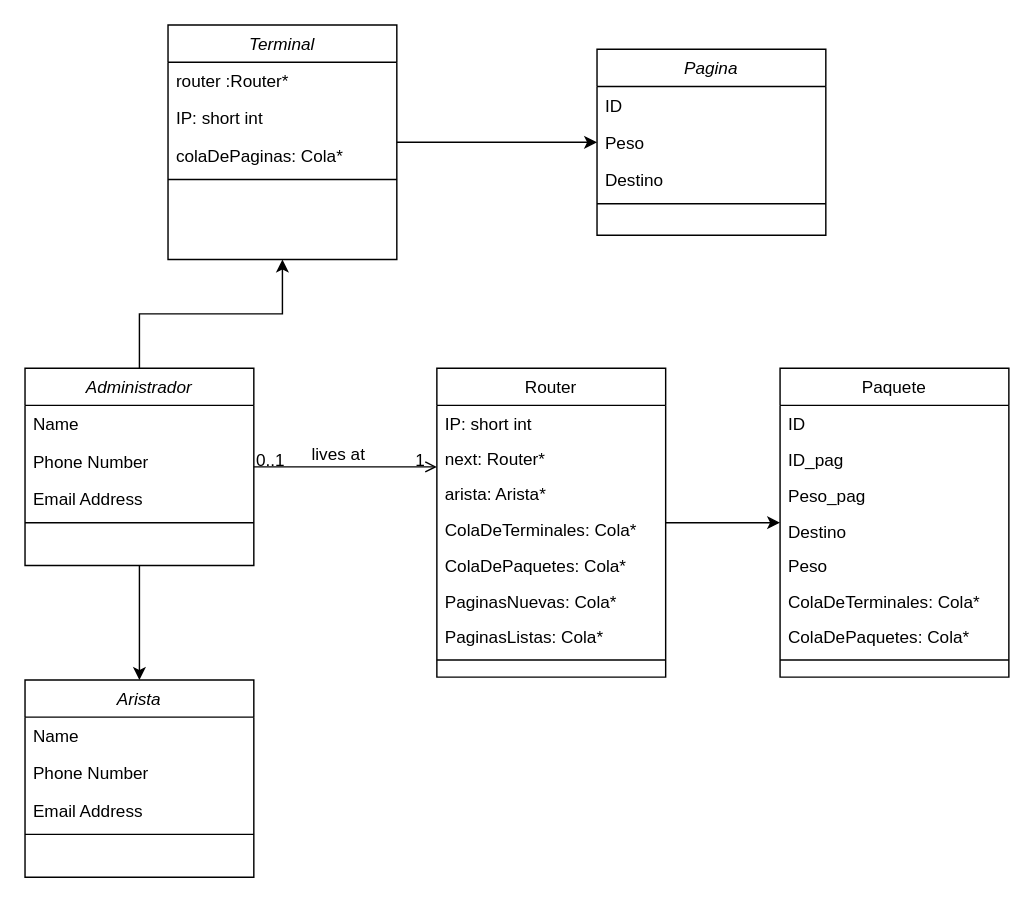
This is DiagramaDeClases.drawio from emaarnolfo/FinalAyEdD2023, a draw.io file, before an edit. Source tidied: cells renumbered, new cells numbered last; positions are measured from the earlier drawing's top-left corner, leaving out a move shared by most shapes. Both pictures are drawn from the tidied source at 143%, with x=0, y=0 at pixel (24, 24).
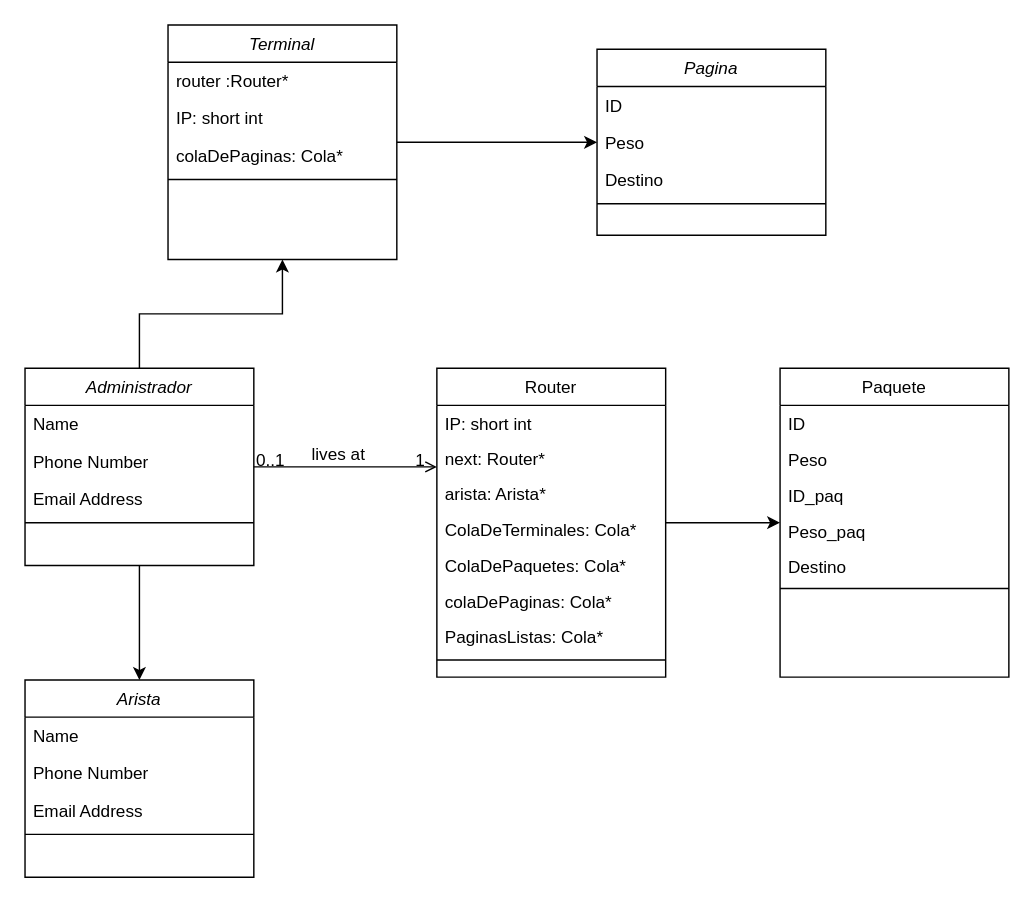
The same diagram, later.

Unchanged cells that the change refers to:
```xml
<mxCell id="10" value="Router" style="swimlane;fontStyle=0;align=center;verticalAlign=top;horizontal=1;startSize=26;rounded=0;shadow=0;strokeWidth=1;" parent="1" vertex="1">
  <mxGeometry x="288" y="240" width="160" height="216" as="geometry" />
</mxCell>
<mxCell id="34" value="Paquete" style="swimlane;fontStyle=0;align=center;verticalAlign=top;horizontal=1;startSize=26;rounded=0;shadow=0;strokeWidth=1;" parent="1" vertex="1">
  <mxGeometry x="528" y="240" width="160" height="216" as="geometry" />
</mxCell>
```

Diff of the diagram source:
```diff
@@
-    <mxCell id="16" value="PaginasNuevas: Cola*" style="text;align=left;verticalAlign=top;spacingLeft=4;spacingRight=4;overflow=hidden;" parent="10" vertex="1">
+    <mxCell id="16" value="colaDePaginas: Cola*" style="text;align=left;verticalAlign=top;spacingLeft=4;spacingRight=4;overflow=hidden;" parent="10" vertex="1">
       <mxGeometry y="150" width="160" height="25" as="geometry" />
     </mxCell>
@@
+    <mxCell id="39" value="Peso" style="text;align=left;verticalAlign=top;spacingLeft=4;spacingRight=4;overflow=hidden;" parent="34" vertex="1">
+      <mxGeometry y="51" width="160" height="25" as="geometry" />
+    </mxCell>
-    <mxCell id="36" value="ID_pag" style="text;align=left;verticalAlign=top;spacingLeft=4;spacingRight=4;overflow=hidden;" parent="34" vertex="1">
-      <mxGeometry y="51" width="160" height="25" as="geometry" />
+    <mxCell id="36" value="ID_paq" style="text;align=left;verticalAlign=top;spacingLeft=4;spacingRight=4;overflow=hidden;" parent="34" vertex="1">
+      <mxGeometry y="76" width="160" height="25" as="geometry" />
     </mxCell>
-    <mxCell id="37" value="Peso_pag" style="text;align=left;verticalAlign=top;spacingLeft=4;spacingRight=4;overflow=hidden;" parent="34" vertex="1">
-      <mxGeometry y="76" width="160" height="25" as="geometry" />
+    <mxCell id="37" value="Peso_paq" style="text;align=left;verticalAlign=top;spacingLeft=4;spacingRight=4;overflow=hidden;" parent="34" vertex="1">
+      <mxGeometry y="101" width="160" height="25" as="geometry" />
     </mxCell>
     <mxCell id="38" value="Destino" style="text;align=left;verticalAlign=top;spacingLeft=4;spacingRight=4;overflow=hidden;rounded=0;shadow=0;html=0;" parent="34" vertex="1">
-      <mxGeometry y="101" width="160" height="24" as="geometry" />
+      <mxGeometry y="126" width="160" height="24" as="geometry" />
     </mxCell>
-    <mxCell id="39" value="Peso" style="text;align=left;verticalAlign=top;spacingLeft=4;spacingRight=4;overflow=hidden;" parent="34" vertex="1">
-      <mxGeometry y="125" width="160" height="25" as="geometry" />
-    </mxCell>
-    <mxCell id="40" value="ColaDeTerminales: Cola*" style="text;align=left;verticalAlign=top;spacingLeft=4;spacingRight=4;overflow=hidden;" parent="34" vertex="1">
-      <mxGeometry y="150" width="160" height="25" as="geometry" />
-    </mxCell>
-    <mxCell id="41" value="ColaDePaquetes: Cola*" style="text;align=left;verticalAlign=top;spacingLeft=4;spacingRight=4;overflow=hidden;" parent="34" vertex="1">
-      <mxGeometry y="175" width="160" height="25" as="geometry" />
-    </mxCell>
     <mxCell id="42" style="line;html=1;strokeWidth=1;align=left;verticalAlign=middle;spacingTop=-1;spacingLeft=3;spacingRight=3;labelPosition=right;" parent="34" vertex="1">
-      <mxGeometry y="200" width="160" height="8" as="geometry" />
+      <mxGeometry y="150" width="160" height="8" as="geometry" />
     </mxCell>
```
